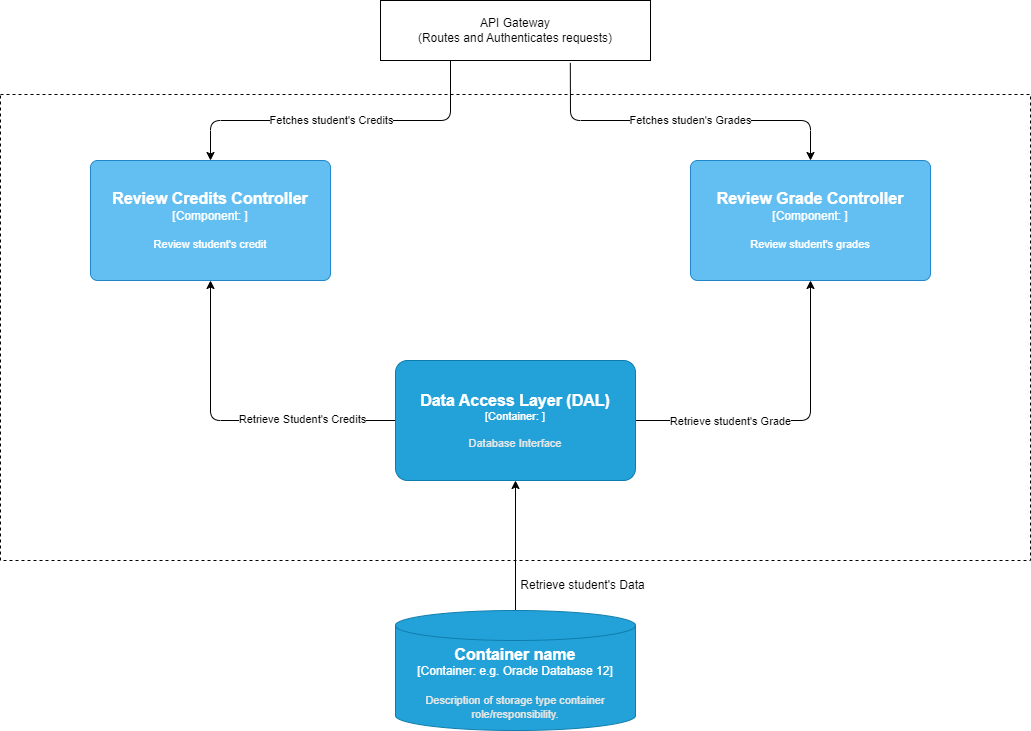
Before: C4 Model/L3 Diagram - Review Credits and Grades Service.png, a diagram exported from draw.io (Metalystn/Exam-repository). Source tidied: cells renumbered, new cells last; positions are measured from the earlier drawing's top-left corner, leaving out a move shared by most shapes.
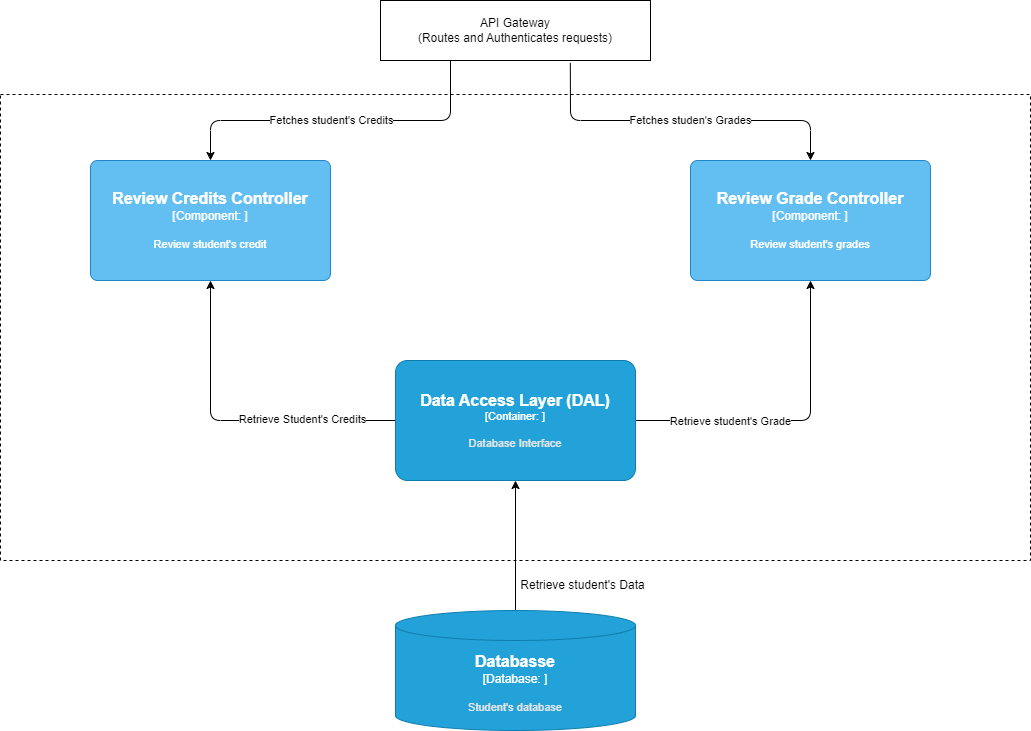
Above is the later version.

Change to the diagram source:
```diff
@@ -1,4 +1,4 @@
-<mxGraphModel>
+<mxGraphModel background="#ffffff">
   <root>
     <mxCell id="0" />
     <mxCell id="1" parent="0" />
@@ -77,7 +77,7 @@
         <mxGeometry x="395" y="360" width="240" height="120" as="geometry" />
       </mxCell>
     </object>
-    <object id="16" label="&lt;font style=&quot;font-size: 16px&quot;&gt;&lt;b&gt;%c4Type%&lt;/b&gt;&lt;/font&gt;&lt;div&gt;[%c4Container%:&amp;nbsp;%c4Technology%]&lt;/div&gt;&lt;br&gt;&lt;div&gt;&lt;font style=&quot;font-size: 11px&quot;&gt;&lt;font color=&quot;#E6E6E6&quot;&gt;%c4Description%&lt;/font&gt;&lt;/div&gt;" c4Container="Container" c4Description="Description of storage type container role/responsibility." c4Technology="e.g. Oracle Database 12" c4Type="Container name" placeholders="1">
+    <object id="16" label="&lt;font style=&quot;font-size: 16px&quot;&gt;&lt;b&gt;%c4Type%&lt;/b&gt;&lt;/font&gt;&lt;div&gt;[%c4Container%:&amp;nbsp;%c4Technology%]&lt;/div&gt;&lt;br&gt;&lt;div&gt;&lt;font style=&quot;font-size: 11px&quot;&gt;&lt;font color=&quot;#E6E6E6&quot;&gt;%c4Description%&lt;/font&gt;&lt;/div&gt;" c4Container="Database" c4Description="Student's database" c4Technology="" c4Type="Databasse" placeholders="1">
       <mxCell style="shape=cylinder3;size=15;whiteSpace=wrap;html=1;boundedLbl=1;rounded=0;labelBackgroundColor=none;fillColor=#23A2D9;fontSize=12;fontColor=#ffffff;align=center;strokeColor=#0E7DAD;points=[[0.5,0,0],[1,0.25,0],[1,0.5,0],[1,0.75,0],[0.5,1,0],[0,0.75,0],[0,0.5,0],[0,0.25,0]];" parent="1" vertex="1">
         <mxGeometry x="395" y="610" width="240" height="120" as="geometry" />
       </mxCell>
```
